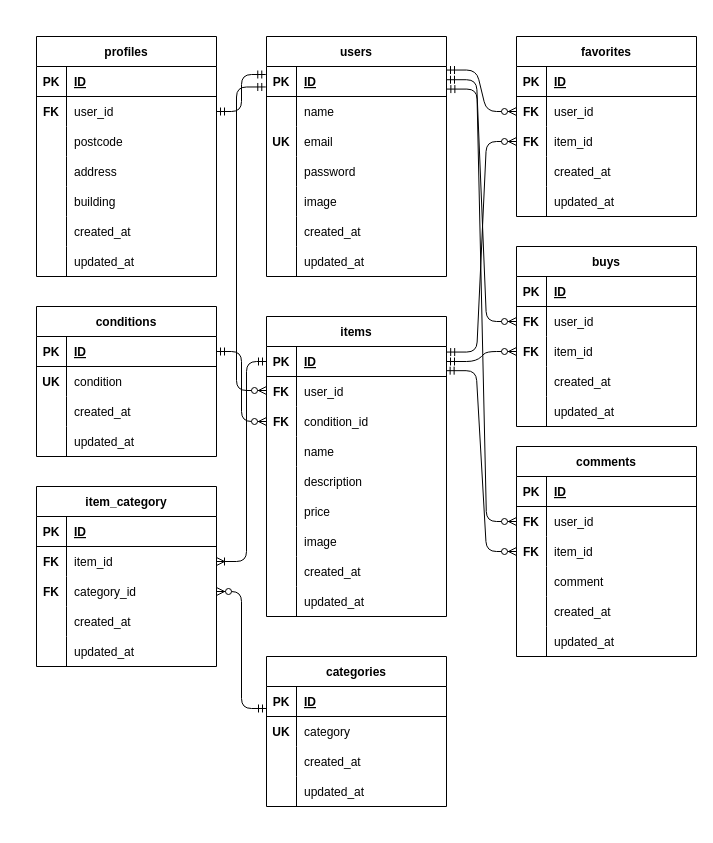
Before: docker/mysql/database.dio in YamaguchiTomoaki/coachtech, a draw.io diagram. Source tidied: cells renumbered, new cells numbered last; positions are measured from the earlier drawing's top-left corner, leaving out a move shared by most shapes. Both pictures are drawn from the tidied source at 100%, with x=0, y=0 at pixel (36, 36).
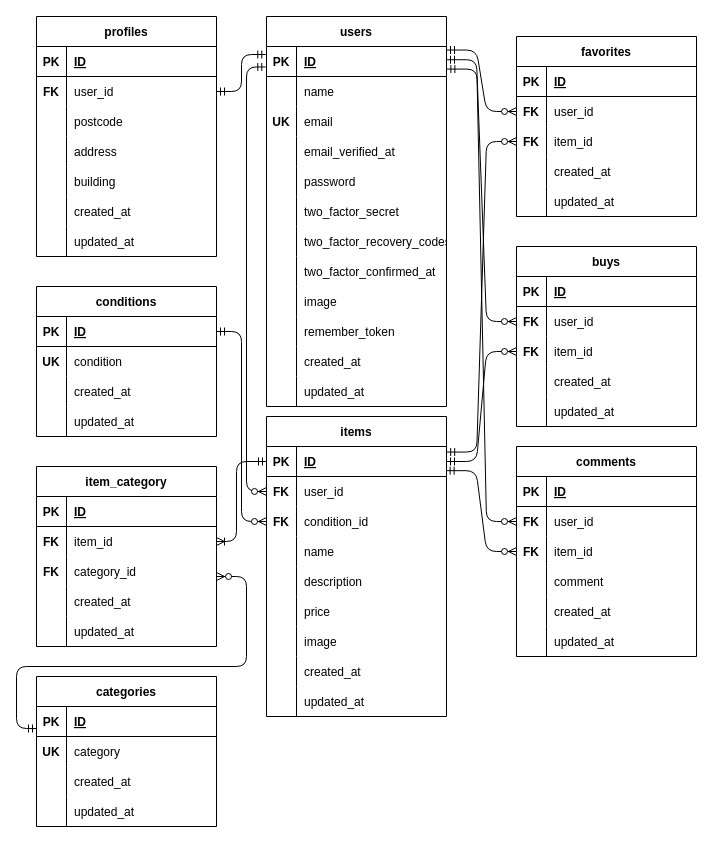
After the change.

Unchanged cells that the change refers to:
```xml
<mxCell id="3" style="shape=tableRow;horizontal=0;startSize=0;swimlaneHead=0;swimlaneBody=0;fillColor=none;points=[[0,0.5],[1,0.5]];portConstraint=eastwest;top=0;left=0;right=0;bottom=1;" parent="2" vertex="1">
  <mxGeometry y="30" width="180" height="30" as="geometry" />
</mxCell>
<mxCell id="47" style="shape=tableRow;horizontal=0;startSize=0;swimlaneHead=0;swimlaneBody=0;fillColor=none;points=[[0,0.5],[1,0.5]];portConstraint=eastwest;top=0;left=0;right=0;bottom=1;" parent="46" vertex="1">
  <mxGeometry y="30" width="180" height="30" as="geometry" />
</mxCell>
<mxCell id="50" style="shape=tableRow;horizontal=0;startSize=0;swimlaneHead=0;swimlaneBody=0;fillColor=none;points=[[0,0.5],[1,0.5]];portConstraint=eastwest;top=0;left=0;right=0;bottom=0;" parent="46" vertex="1">
  <mxGeometry y="60" width="180" height="30" as="geometry" />
</mxCell>
<mxCell id="126" style="shape=tableRow;horizontal=0;startSize=0;swimlaneHead=0;swimlaneBody=0;fillColor=none;points=[[0,0.5],[1,0.5]];portConstraint=eastwest;top=0;left=0;right=0;bottom=1;" parent="125" vertex="1">
  <mxGeometry y="30" width="180" height="30" as="geometry" />
</mxCell>
<mxCell id="163" style="shape=tableRow;horizontal=0;startSize=0;swimlaneHead=0;swimlaneBody=0;fillColor=none;points=[[0,0.5],[1,0.5]];portConstraint=eastwest;top=0;left=0;right=0;bottom=0;" parent="159" vertex="1">
  <mxGeometry y="60" width="180" height="30" as="geometry" />
</mxCell>
<mxCell id="166" style="shape=tableRow;horizontal=0;startSize=0;swimlaneHead=0;swimlaneBody=0;fillColor=none;points=[[0,0.5],[1,0.5]];portConstraint=eastwest;top=0;left=0;right=0;bottom=0;" parent="159" vertex="1">
  <mxGeometry y="90" width="180" height="30" as="geometry" />
</mxCell>
```

The edit, as a diff of the source:
```diff
@@
     <mxCell id="2" value="users" style="shape=table;startSize=30;childLayout=tableLayout;rowLines=0;fontStyle=1;align=center;" parent="1" vertex="1">
-      <mxGeometry x="230" width="180" height="240" as="geometry" />
+      <mxGeometry x="230" y="-20" width="180" height="390" as="geometry" />
     </mxCell>
@@
+    <mxCell id="178" style="shape=tableRow;horizontal=0;startSize=0;swimlaneHead=0;swimlaneBody=0;fillColor=none;top=0;left=0;right=0;bottom=0;" parent="2" vertex="1">
+      <mxGeometry y="120" width="180" height="30" as="geometry" />
+    </mxCell>
+    <mxCell id="179" style="shape=partialRectangle;fillColor=none;top=0;left=0;bottom=0;right=0;overflow=hidden;" parent="178" vertex="1">
+      <mxGeometry width="30" height="30" as="geometry" />
+    </mxCell>
+    <mxCell id="180" value="email_verified_at" style="shape=partialRectangle;fillColor=none;top=0;left=0;bottom=0;right=0;align=left;spacingLeft=6;overflow=hidden;" parent="178" vertex="1">
+      <mxGeometry x="30" width="150" height="30" as="geometry" />
+    </mxCell>
     <mxCell id="12" style="shape=tableRow;horizontal=0;startSize=0;swimlaneHead=0;swimlaneBody=0;fillColor=none;top=0;left=0;right=0;bottom=0;" parent="2" vertex="1">
-      <mxGeometry y="120" width="180" height="30" as="geometry" />
+      <mxGeometry y="150" width="180" height="30" as="geometry" />
     </mxCell>
@@
+    <mxCell id="181" style="shape=tableRow;horizontal=0;startSize=0;swimlaneHead=0;swimlaneBody=0;fillColor=none;top=0;left=0;right=0;bottom=0;" parent="2" vertex="1">
+      <mxGeometry y="180" width="180" height="30" as="geometry" />
+    </mxCell>
+    <mxCell id="182" style="shape=partialRectangle;fillColor=none;top=0;left=0;bottom=0;right=0;overflow=hidden;" parent="181" vertex="1">
+      <mxGeometry width="30" height="30" as="geometry" />
+    </mxCell>
+    <mxCell id="183" value="two_factor_secret" style="shape=partialRectangle;fillColor=none;top=0;left=0;bottom=0;right=0;align=left;spacingLeft=6;overflow=hidden;" parent="181" vertex="1">
+      <mxGeometry x="30" width="150" height="30" as="geometry" />
+    </mxCell>
+    <mxCell id="184" style="shape=tableRow;horizontal=0;startSize=0;swimlaneHead=0;swimlaneBody=0;fillColor=none;top=0;left=0;right=0;bottom=0;" parent="2" vertex="1">
+      <mxGeometry y="210" width="180" height="30" as="geometry" />
+    </mxCell>
+    <mxCell id="185" style="shape=partialRectangle;fillColor=none;top=0;left=0;bottom=0;right=0;overflow=hidden;" parent="184" vertex="1">
+      <mxGeometry width="30" height="30" as="geometry" />
+    </mxCell>
+    <mxCell id="186" value="two_factor_recovery_codes" style="shape=partialRectangle;fillColor=none;top=0;left=0;bottom=0;right=0;align=left;spacingLeft=6;overflow=hidden;" parent="184" vertex="1">
+      <mxGeometry x="30" width="150" height="30" as="geometry" />
+    </mxCell>
+    <mxCell id="187" style="shape=tableRow;horizontal=0;startSize=0;swimlaneHead=0;swimlaneBody=0;fillColor=none;top=0;left=0;right=0;bottom=0;" parent="2" vertex="1">
+      <mxGeometry y="240" width="180" height="30" as="geometry" />
+    </mxCell>
+    <mxCell id="188" style="shape=partialRectangle;fillColor=none;top=0;left=0;bottom=0;right=0;overflow=hidden;" parent="187" vertex="1">
+      <mxGeometry width="30" height="30" as="geometry" />
+    </mxCell>
+    <mxCell id="189" value="two_factor_confirmed_at" style="shape=partialRectangle;fillColor=none;top=0;left=0;bottom=0;right=0;align=left;spacingLeft=6;overflow=hidden;" parent="187" vertex="1">
+      <mxGeometry x="30" width="150" height="30" as="geometry" />
+    </mxCell>
     <mxCell id="15" style="shape=tableRow;horizontal=0;startSize=0;swimlaneHead=0;swimlaneBody=0;fillColor=none;top=0;left=0;right=0;bottom=0;" parent="2" vertex="1">
-      <mxGeometry y="150" width="180" height="30" as="geometry" />
+      <mxGeometry y="270" width="180" height="30" as="geometry" />
     </mxCell>
@@
+    <mxCell id="190" style="shape=tableRow;horizontal=0;startSize=0;swimlaneHead=0;swimlaneBody=0;fillColor=none;top=0;left=0;right=0;bottom=0;" parent="2" vertex="1">
+      <mxGeometry y="300" width="180" height="30" as="geometry" />
+    </mxCell>
+    <mxCell id="191" style="shape=partialRectangle;fillColor=none;top=0;left=0;bottom=0;right=0;overflow=hidden;" parent="190" vertex="1">
+      <mxGeometry width="30" height="30" as="geometry" />
+    </mxCell>
+    <mxCell id="192" value="remember_token" style="shape=partialRectangle;fillColor=none;top=0;left=0;bottom=0;right=0;align=left;spacingLeft=6;overflow=hidden;" parent="190" vertex="1">
+      <mxGeometry x="30" width="150" height="30" as="geometry" />
+    </mxCell>
     <mxCell id="18" style="shape=tableRow;horizontal=0;startSize=0;swimlaneHead=0;swimlaneBody=0;fillColor=none;top=0;left=0;right=0;bottom=0;" parent="2" vertex="1">
-      <mxGeometry y="180" width="180" height="30" as="geometry" />
+      <mxGeometry y="330" width="180" height="30" as="geometry" />
     </mxCell>
@@
     <mxCell id="21" style="shape=tableRow;horizontal=0;startSize=0;swimlaneHead=0;swimlaneBody=0;fillColor=none;top=0;left=0;right=0;bottom=0;" parent="2" vertex="1">
-      <mxGeometry y="210" width="180" height="30" as="geometry" />
+      <mxGeometry y="360" width="180" height="30" as="geometry" />
     </mxCell>
@@
     <mxCell id="24" value="profiles" style="shape=table;startSize=30;childLayout=tableLayout;rowLines=0;fontStyle=1;align=center;" parent="1" vertex="1">
-      <mxGeometry width="180" height="240" as="geometry" />
+      <mxGeometry y="-20" width="180" height="240" as="geometry" />
     </mxCell>
@@
     <mxCell id="46" value="items" style="shape=table;startSize=30;childLayout=tableLayout;rowLines=0;fontStyle=1;align=center;" parent="1" vertex="1">
-      <mxGeometry x="230" y="280" width="180" height="300" as="geometry" />
+      <mxGeometry x="230" y="380" width="180" height="300" as="geometry" />
     </mxCell>
@@
     <mxCell id="125" value="categories" style="shape=table;startSize=30;childLayout=tableLayout;rowLines=0;fontStyle=1;align=center;" parent="1" vertex="1">
-      <mxGeometry x="230" y="620" width="180" height="150" as="geometry" />
+      <mxGeometry y="640" width="180" height="150" as="geometry" />
     </mxCell>
@@
     <mxCell id="138" value="conditions" style="shape=table;startSize=30;childLayout=tableLayout;rowLines=0;fontStyle=1;align=center;" parent="1" vertex="1">
-      <mxGeometry y="270" width="180" height="150" as="geometry" />
+      <mxGeometry y="250" width="180" height="150" as="geometry" />
     </mxCell>
@@
     <mxCell id="159" value="item_category" style="shape=table;startSize=30;childLayout=tableLayout;rowLines=0;fontStyle=1;align=center;" parent="1" vertex="1">
-      <mxGeometry y="450" width="180" height="180" as="geometry" />
+      <mxGeometry y="430" width="180" height="180" as="geometry" />
     </mxCell>
@@
-    <mxCell id="175" style="edgeStyle=orthogonalEdgeStyle;fontSize=12;html=1;endArrow=ERzeroToMany;startArrow=ERmandOne;exitX=0;exitY=0.733;exitDx=0;exitDy=0;exitPerimeter=0;entryX=1;entryY=0.5;entryDx=0;entryDy=0;" parent="1" edge="1" source="126" target="166">
-      <mxGeometry relative="1" as="geometry" />
+    <mxCell id="175" style="edgeStyle=orthogonalEdgeStyle;fontSize=12;html=1;endArrow=ERzeroToMany;startArrow=ERmandOne;exitX=0;exitY=0.733;exitDx=0;exitDy=0;exitPerimeter=0;" parent="1" edge="1" source="126" target="166">
+      <mxGeometry relative="1" as="geometry">
+        <Array as="points">
+          <mxPoint x="-20" y="692" />
+          <mxPoint x="-20" y="630" />
+          <mxPoint x="210" y="630" />
+          <mxPoint x="210" y="540" />
+        </Array>
+      </mxGeometry>
     </mxCell>
     <mxCell id="176" style="edgeStyle=orthogonalEdgeStyle;fontSize=12;html=1;endArrow=ERoneToMany;startArrow=ERmandOne;exitX=0;exitY=0.5;exitDx=0;exitDy=0;entryX=1;entryY=0.5;entryDx=0;entryDy=0;" parent="1" edge="1" source="47" target="163">
       <mxGeometry relative="1" as="geometry">
         <Array as="points">
-          <mxPoint x="210" y="325" />
-          <mxPoint x="210" y="525" />
+          <mxPoint x="200" y="425" />
+          <mxPoint x="200" y="505" />
         </Array>
       </mxGeometry>
     </mxCell>
-    <mxCell id="177" style="edgeStyle=orthogonalEdgeStyle;fontSize=12;html=1;endArrow=ERzeroToMany;startArrow=ERmandOne;exitX=-0.004;exitY=0.682;exitDx=0;exitDy=0;exitPerimeter=0;" parent="1" edge="1" source="3" target="50">
+    <mxCell id="177" style="edgeStyle=orthogonalEdgeStyle;fontSize=12;html=1;endArrow=ERzeroToMany;startArrow=ERmandOne;exitX=-0.004;exitY=0.682;exitDx=0;exitDy=0;exitPerimeter=0;entryX=0;entryY=0.5;entryDx=0;entryDy=0;" parent="1" edge="1" source="3" target="50">
       <mxGeometry relative="1" as="geometry">
         <Array as="points">
-          <mxPoint x="200" y="51" />
-          <mxPoint x="200" y="354" />
+          <mxPoint x="210" y="31" />
+          <mxPoint x="210" y="455" />
         </Array>
       </mxGeometry>
     </mxCell>
```
